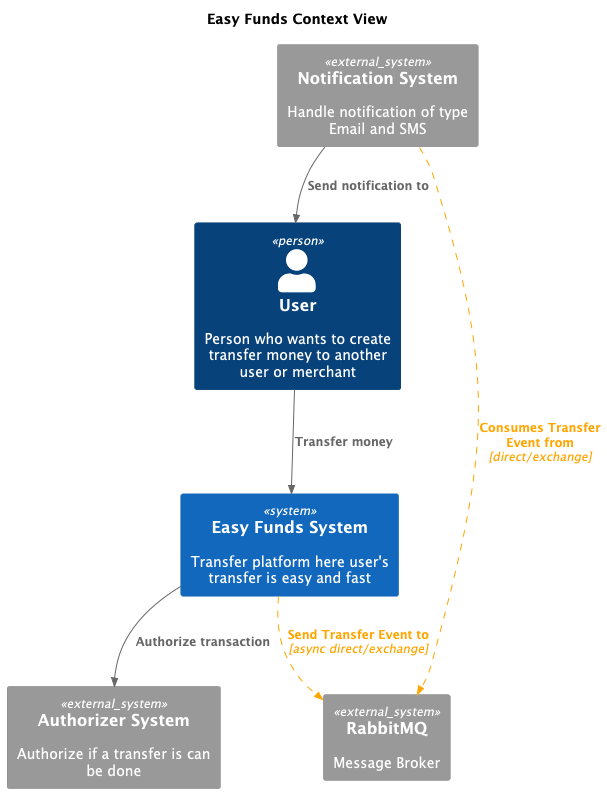
Before: @docs/easy-funds-context-diagram.png, a diagram exported from PlantUML (danilobandeira29/easy-funds).
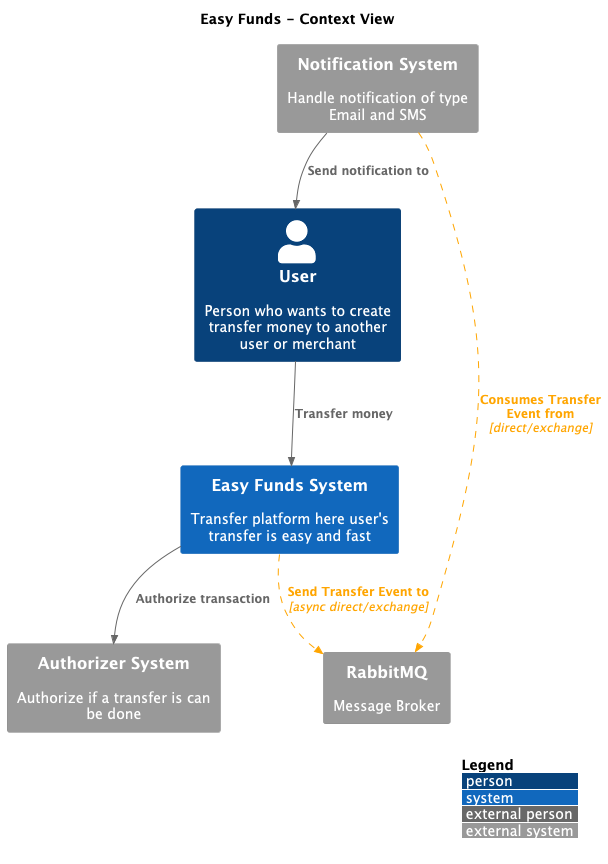
The same diagram one commit later.

Commit message:
docs: todo list and easy funds context name

The edit, as a diff of the source:
```diff
@@ -1,7 +1,8 @@
 @startuml
 !include https://raw.githubusercontent.com/plantuml-stdlib/C4-PlantUML/master/C4_Context.puml
 
-title "Easy Funds Context View"
+title "Easy Funds - Context View"
+LAYOUT_WITH_LEGEND()
 
 Person(user, "User", "Person who wants to create transfer money to another user or merchant")
 System(easy_funds, "Easy Funds System", "Transfer platform here user's transfer is easy and fast")
```
